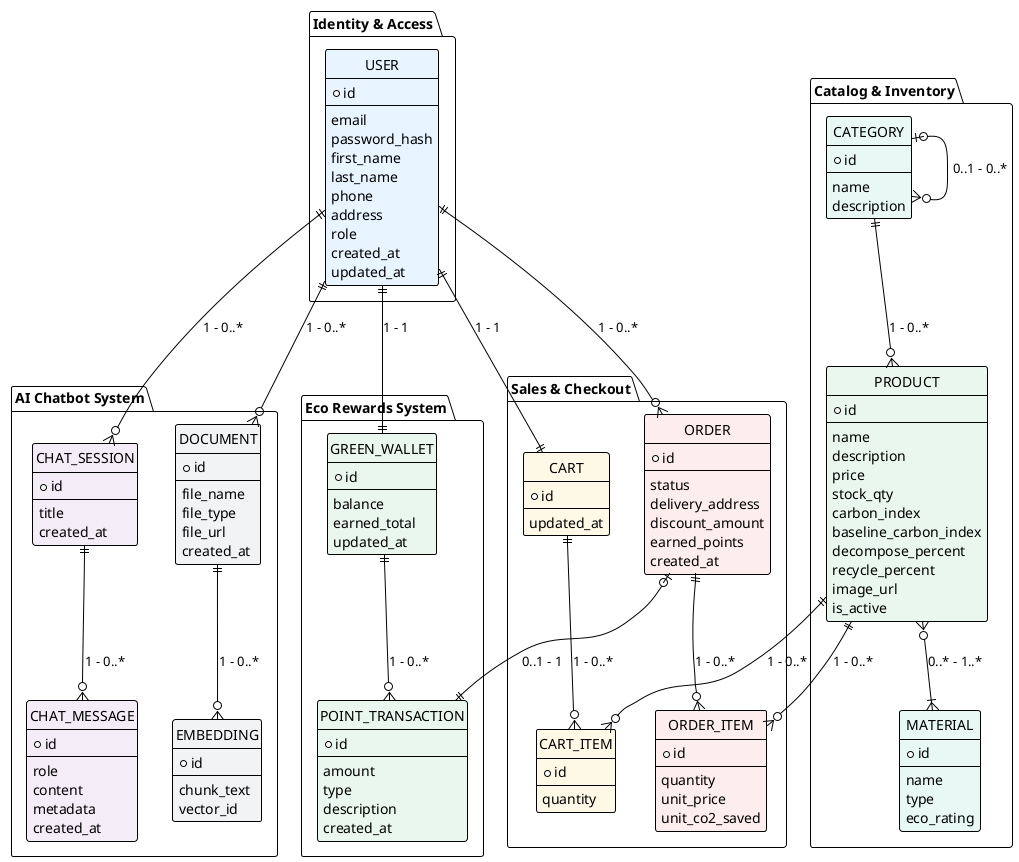
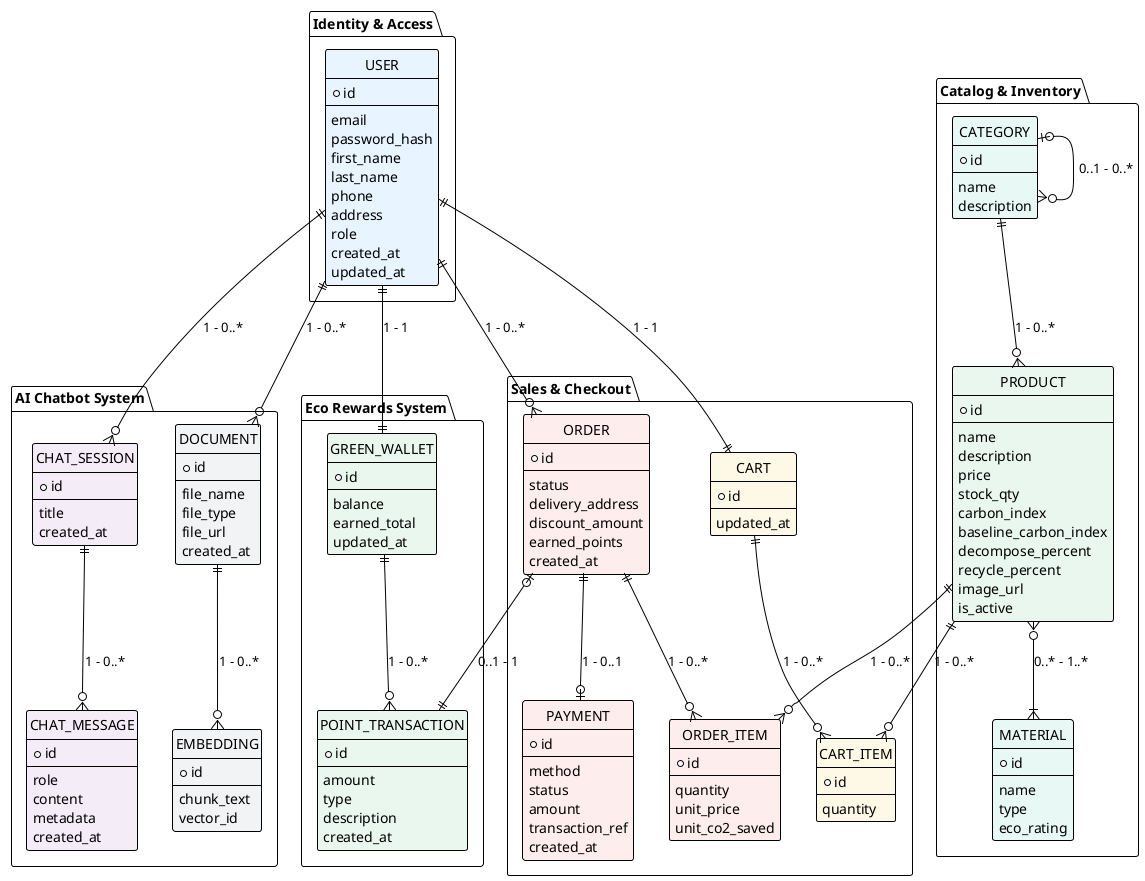
@startuml CDM
!theme plain
hide circle

' ================= PACKAGES & ENTITIES =================

package "Identity & Access" {
  entity "USER" as user #E8F4FF {
    * id
    --
    email
    password_hash
    first_name
    last_name
    phone
    address
    role
    created_at
    updated_at
  }
}

package "Catalog & Inventory" {
  entity "CATEGORY" as category #E8F8F5 {
    * id
    --
    name
    description
  }

  entity "PRODUCT" as product #E9F7EF {
    * id
    ---
    name
    description
    price
    stock_qty
    carbon_index
    baseline_carbon_index
    decompose_percent
    recycle_percent
    image_url
    is_active
  }

  entity "MATERIAL" as material #E8F8F5 {
    * id
    --
    name
    type
    eco_rating
  }
}

package "Sales & Checkout" {
  entity "CART" as cart #FEF9E7 {
    * id
    --
    updated_at
  }

  entity "CART_ITEM" as cart_item #FEF9E7 {
    * id
    --
    quantity
  }

  entity "ORDER" as order #FDEDEC {
    * id
    --
    status
    delivery_address
    discount_amount
    earned_points
    created_at
  }

  entity "ORDER_ITEM" as order_item #FDEDEC {
    * id
    --
    quantity
    unit_price
    unit_co2_saved
  }
+ 
+   entity "PAYMENT" as payment #FDEDEC {
+     * id
+     --
+     method
+     status
+     amount
+     transaction_ref
+     created_at
+   }
}

package "Eco Rewards System" {
  entity "GREEN_WALLET" as green_wallet #E9F7EF {
    * id
    --
    balance
    earned_total
    updated_at
  }

  entity "POINT_TRANSACTION" as point_transaction #E9F7EF {
    * id
    --
    amount
    type
    description
    created_at
  }
}

package "AI Chatbot System" {
  entity "CHAT_SESSION" as chat_session #F4ECF7 {
    * id
    --
    title
    created_at
  }

  entity "CHAT_MESSAGE" as chat_message #F4ECF7 {
    * id
    --
    role
    content
    metadata
    created_at
  }

  entity "DOCUMENT" as document #F2F3F4 {
    * id
    --
    file_name
    file_type
    file_url
    created_at
  }

  entity "EMBEDDING" as embedding #F2F3F4 {
    * id
    --
    chunk_text
    vector_id
  }
}

' ================= RELATIONSHIPS =================

user ||--|| cart : "1 - 1"
cart ||--o{ cart_item : "1 - 0..*"

category |o--o{ category : "0..1 - 0..*"
category ||--o{ product : "1 - 0..*"
product ||--o{ cart_item : "1 - 0..*"

user ||--o{ order : "1 - 0..*"
order ||--o{ order_item : "1 - 0..*"
product ||--o{ order_item : "1 - 0..*"

user ||--|| green_wallet : "1 - 1"
green_wallet ||--o{ point_transaction : "1 - 0..*"
order |o--|| point_transaction : "0..1 - 1"
+ order ||--o| payment : "1 - 0..1"

user ||--o{ chat_session : "1 - 0..*"
chat_session ||--o{ chat_message : "1 - 0..*"
user ||--o{ document : "1 - 0..*"
document ||--o{ embedding : "1 - 0..*"
product }o--|{ material : "0..* - 1..*"

green_wallet -[hidden]- embedding

@enduml
